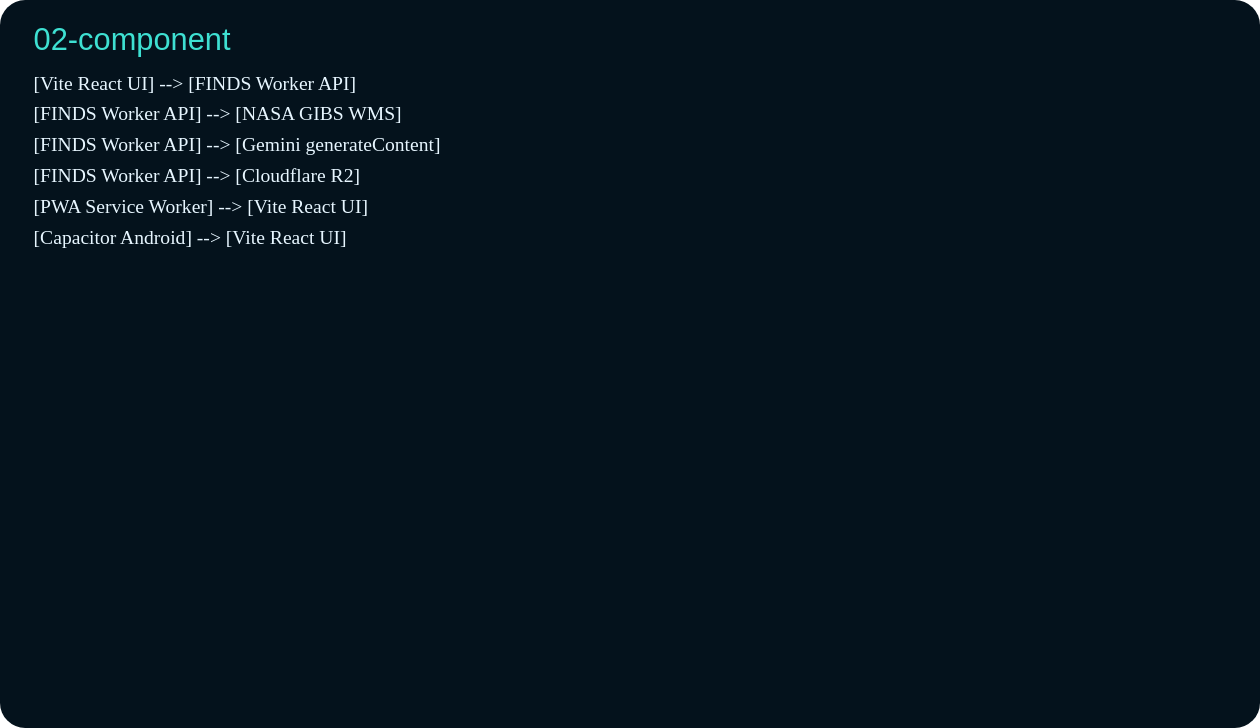
Earlier version of the PlantUML export docs/architecture/uml/02-component.svg (gunnchOS3k/FINDS-Sharks-From-Space). Its source is kept beside it as docs/architecture/uml/02-component.puml.
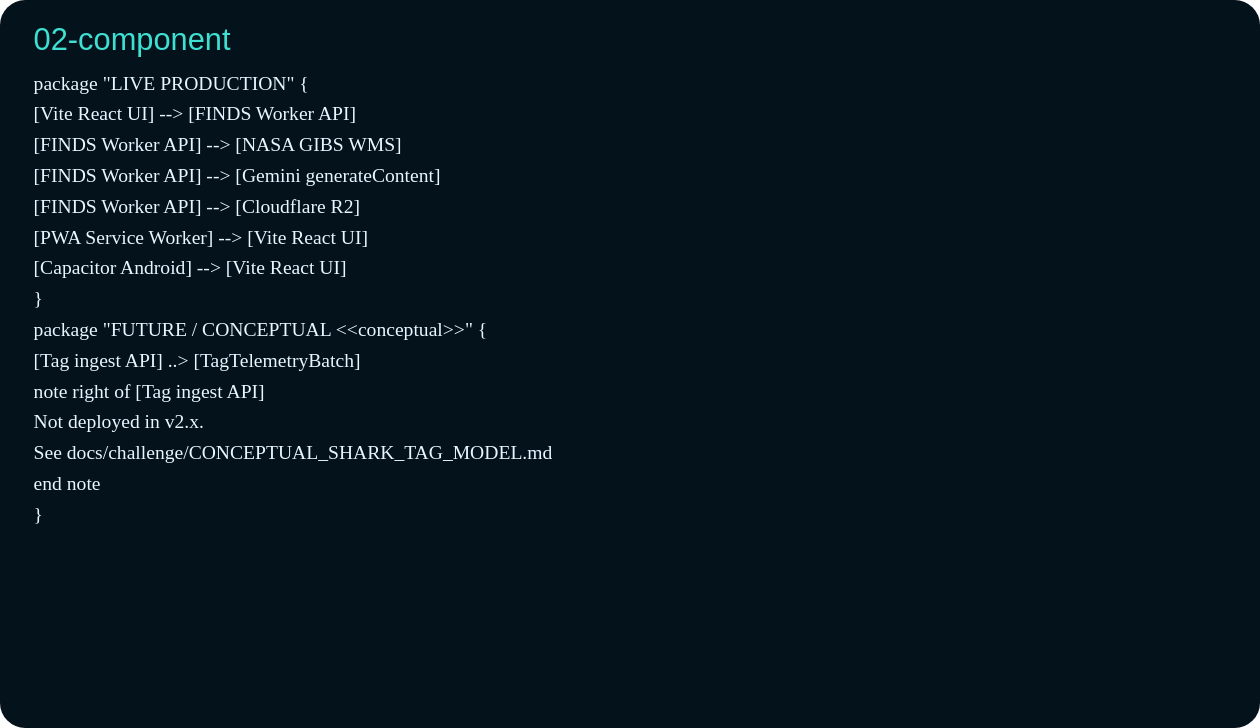
After the commit.

The edit, as a diff of the source:
```diff
@@ -1,8 +1,17 @@
 @startuml finds-component
-[Vite React UI] --> [FINDS Worker API]
-[FINDS Worker API] --> [NASA GIBS WMS]
-[FINDS Worker API] --> [Gemini generateContent]
-[FINDS Worker API] --> [Cloudflare R2]
-[PWA Service Worker] --> [Vite React UI]
-[Capacitor Android] --> [Vite React UI]
+package "LIVE PRODUCTION" {
+  [Vite React UI] --> [FINDS Worker API]
+  [FINDS Worker API] --> [NASA GIBS WMS]
+  [FINDS Worker API] --> [Gemini generateContent]
+  [FINDS Worker API] --> [Cloudflare R2]
+  [PWA Service Worker] --> [Vite React UI]
+  [Capacitor Android] --> [Vite React UI]
+}
+package "FUTURE / CONCEPTUAL <<conceptual>>" {
+  [Tag ingest API] ..> [TagTelemetryBatch]
+  note right of [Tag ingest API]
+    Not deployed in v2.x.
+    See docs/challenge/CONCEPTUAL_SHARK_TAG_MODEL.md
+  end note
+}
 @enduml
```
